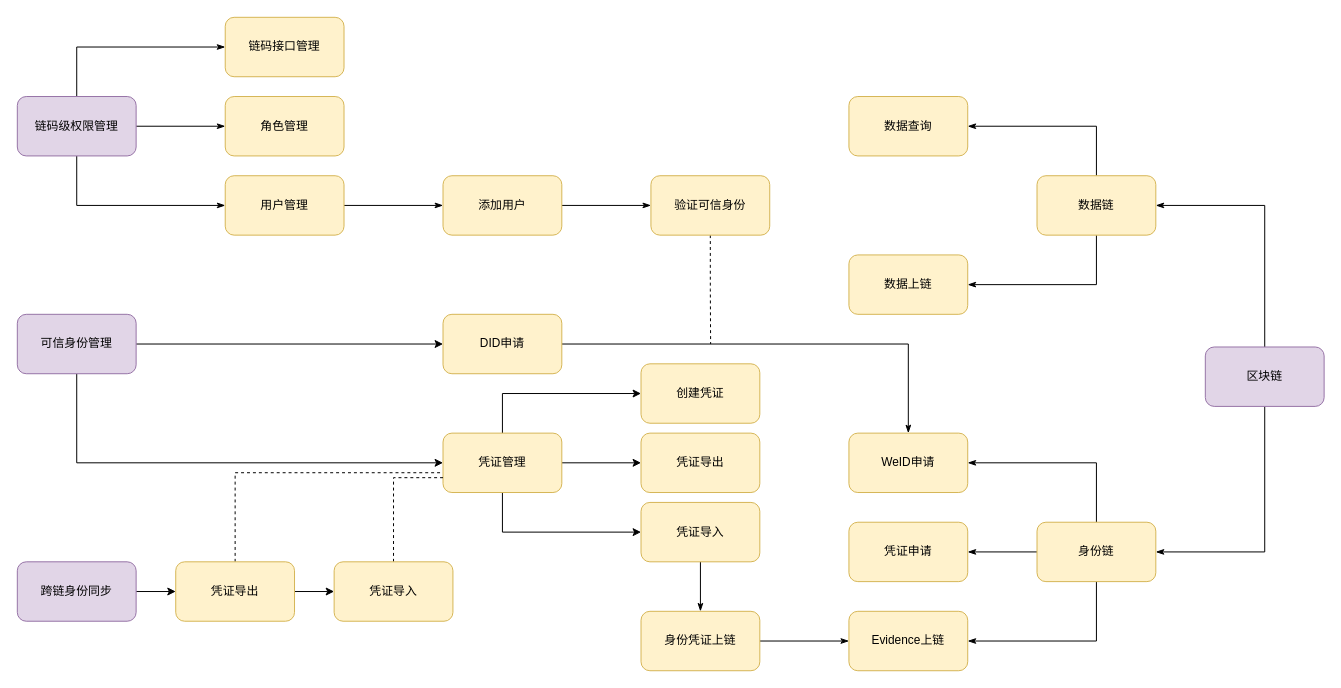
This is 业务流程图.drawio from doubleBeans/doubleBeans, a draw.io file, before an edit. Source tidied: cells renumbered, new cells numbered last; positions are measured from the earlier drawing's top-left corner, leaving out a move shared by most shapes. Both pictures are drawn from the tidied source at 99%, with x=0, y=0 at pixel (17, 17).
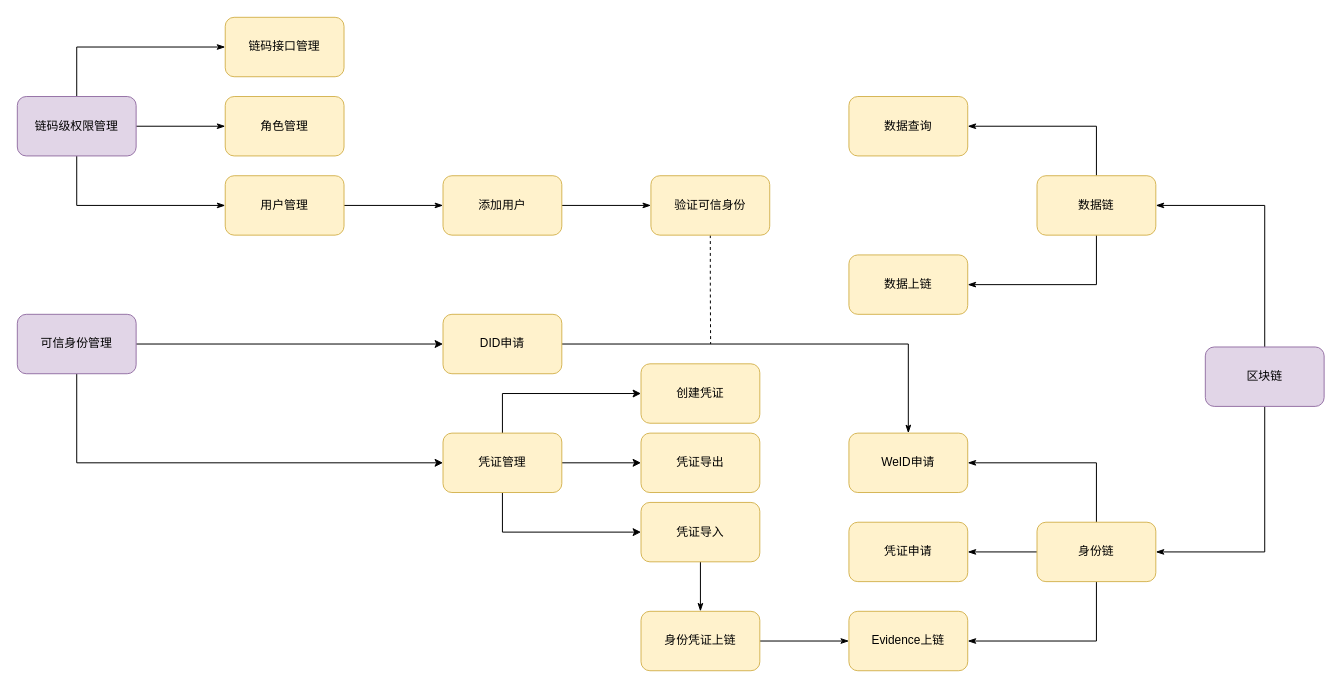
After the change.

Commit message:
Update 业务流程图.drawio

Unchanged cells that the change refers to:
```xml
<mxCell id="10" value="凭证管理" style="rounded=1;whiteSpace=wrap;html=1;fillColor=#fff2cc;strokeColor=#d6b656;" parent="1" vertex="1">
  <mxGeometry x="430" y="420" width="120" height="60" as="geometry" />
</mxCell>
```

Diff of the diagram source:
```diff
@@
-    <mxCell id="15" style="edgeStyle=orthogonalEdgeStyle;rounded=0;jettySize=auto;html=1;exitX=1;exitY=0.5;exitDx=0;exitDy=0;entryX=0;entryY=0.5;entryDx=0;entryDy=0;" parent="1" edge="1" source="16" target="19">
-      <mxGeometry relative="1" as="geometry" />
-    </mxCell>
-    <mxCell id="16" value="跨链身份同步" style="rounded=1;whiteSpace=wrap;html=1;fillColor=#e1d5e7;strokeColor=#9673a6;" parent="1" vertex="1">
-      <mxGeometry y="550" width="120" height="60" as="geometry" />
-    </mxCell>
-    <mxCell id="17" style="edgeStyle=orthogonalEdgeStyle;rounded=0;jettySize=auto;html=1;exitX=1;exitY=0.5;exitDx=0;exitDy=0;entryX=0;entryY=0.5;entryDx=0;entryDy=0;" parent="1" edge="1" source="19" target="21">
-      <mxGeometry relative="1" as="geometry" />
-    </mxCell>
-    <mxCell id="18" style="edgeStyle=orthogonalEdgeStyle;rounded=0;jettySize=auto;html=1;exitX=0.5;exitY=0;exitDx=0;exitDy=0;endArrow=none;endFill=0;dashed=1;" parent="1" edge="1" source="19">
-      <mxGeometry relative="1" as="geometry">
-        <mxPoint x="430" y="460" as="targetPoint" />
-        <Array as="points">
-          <mxPoint x="220" y="460" />
-          <mxPoint x="430" y="460" />
-        </Array>
-      </mxGeometry>
-    </mxCell>
-    <mxCell id="19" value="凭证导出" style="rounded=1;whiteSpace=wrap;html=1;fillColor=#fff2cc;strokeColor=#d6b656;" parent="1" vertex="1">
-      <mxGeometry x="160" y="550" width="120" height="60" as="geometry" />
-    </mxCell>
-    <mxCell id="20" style="edgeStyle=orthogonalEdgeStyle;rounded=0;jettySize=auto;html=1;exitX=0.5;exitY=0;exitDx=0;exitDy=0;entryX=0;entryY=0.75;entryDx=0;entryDy=0;dashed=1;endArrow=none;endFill=0;" parent="1" edge="1" source="21" target="10">
-      <mxGeometry relative="1" as="geometry" />
-    </mxCell>
-    <mxCell id="21" value="凭证导入" style="rounded=1;whiteSpace=wrap;html=1;fillColor=#fff2cc;strokeColor=#d6b656;" parent="1" vertex="1">
-      <mxGeometry x="320" y="550" width="120" height="60" as="geometry" />
-    </mxCell>
```
